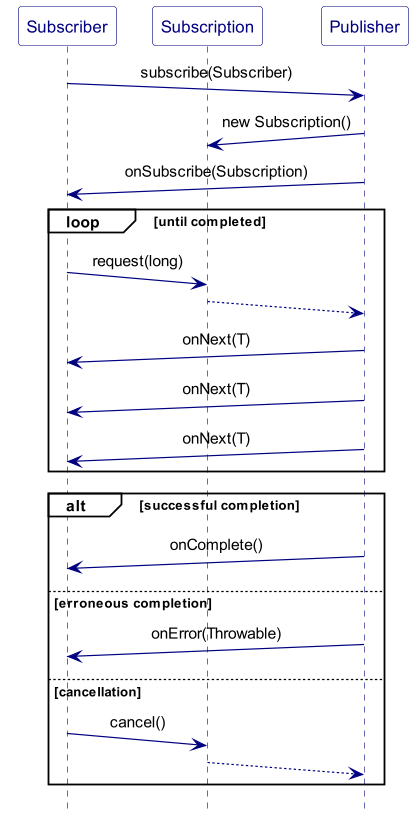
Above: images/Reactive_Streams_workflow.png in ti-cortex-m4/demo-java-reactive-streams-old (PlantUML), before the change.
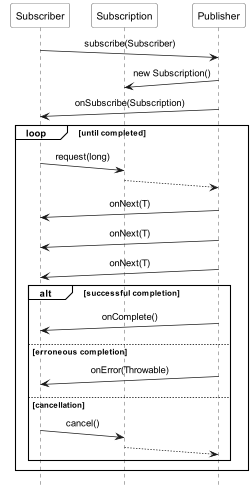
Later version of the same file.

What changed in the source:
```diff
@@ -17,15 +17,15 @@
     Publisher ->(10) Subscriber : onNext(T)
     Publisher ->(10) Subscriber : onNext(T)
     Publisher ->(10) Subscriber : onNext(T)
-end
 
-alt successful completion
-    Publisher ->(10) Subscriber : onComplete()
-else erroneous completion
-    Publisher ->(10) Subscriber : onError(Throwable)
-else cancellation
-    Subscriber ->(10) Subscription : cancel()
-    Subscription -->(10) Publisher
+    alt successful completion
+        Publisher ->(10) Subscriber : onComplete()
+    else erroneous completion
+        Publisher ->(10) Subscriber : onError(Throwable)
+    else cancellation
+        Subscriber ->(10) Subscription : cancel()
+        Subscription -->(10) Publisher
+    end
 end
 
 @enduml
```
